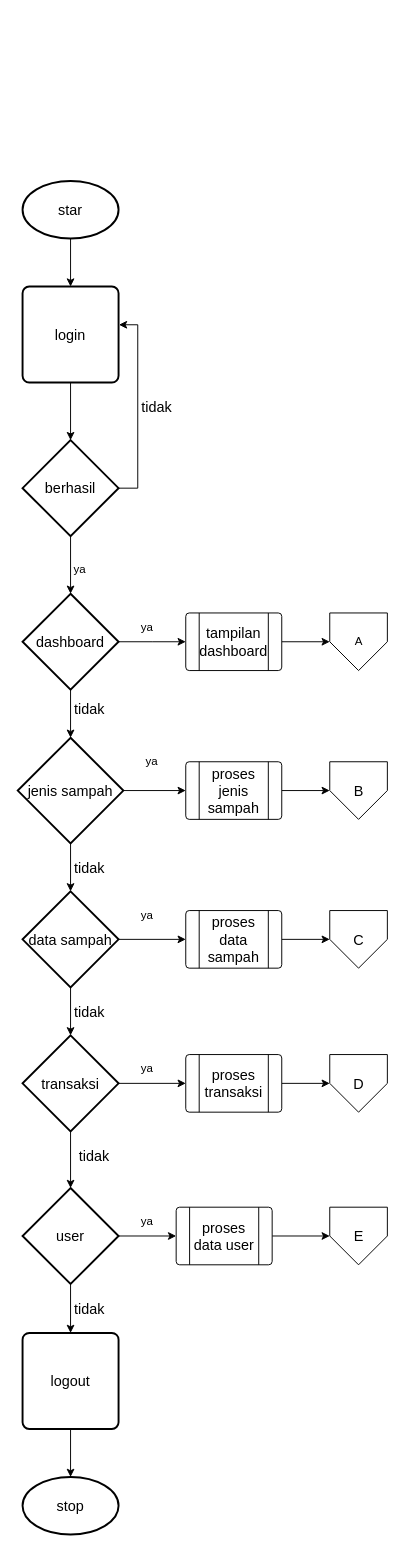
The draw.io diagram page "flowchart" (14 of 19) of Untitled Diagram.drawio in dreamergirl01/uml_bankSampah, before the edit. Source tidied: cells renumbered, new cells numbered last; positions are measured from the earlier drawing's top-left corner, leaving out a move shared by most shapes. Both pictures are drawn from the tidied source at 96%, with x=0, y=0 at pixel (17, 180).
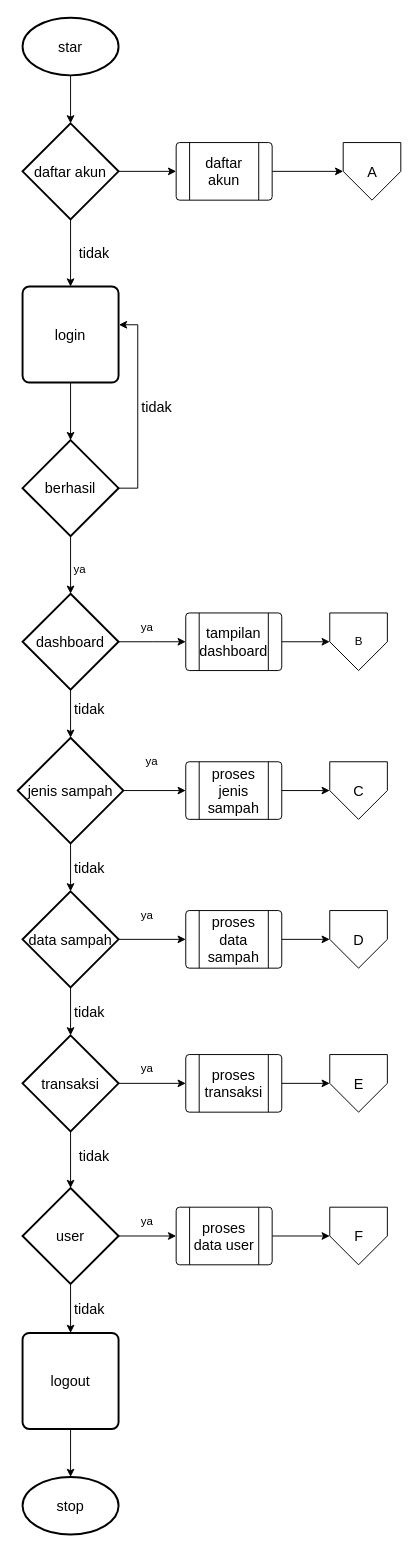
After the change.

Unchanged cells that the change refers to:
```xml
<mxCell id="4" value="login" style="rounded=1;whiteSpace=wrap;html=1;absoluteArcSize=1;arcSize=14;strokeWidth=2;fontSize=15;" parent="1" vertex="1">
  <mxGeometry x="5" y="110" width="100" height="100" as="geometry" />
</mxCell>
```

Change to the diagram source:
```diff
@@
-    <mxCell id="2" style="edgeStyle=orthogonalEdgeStyle;rounded=0;jettySize=auto;html=1;entryX=0.5;entryY=0;entryDx=0;entryDy=0;" parent="1" edge="1" source="3" target="4">
-      <mxGeometry relative="1" as="geometry" />
-    </mxCell>
     <mxCell id="3" value="star" style="strokeWidth=2;html=1;shape=mxgraph.flowchart.start_1;whiteSpace=wrap;fontSize=15;" parent="1" vertex="1">
-      <mxGeometry x="5" width="100" height="60" as="geometry" />
+      <mxGeometry x="5" y="-170" width="100" height="60" as="geometry" />
     </mxCell>
@@
-    <mxCell id="19" value="A" style="verticalLabelPosition=middle;verticalAlign=middle;html=1;shape=offPageConnector;rounded=0;size=0.5;labelPosition=center;align=center;" parent="1" vertex="1">
+    <mxCell id="19" value="B" style="verticalLabelPosition=middle;verticalAlign=middle;html=1;shape=offPageConnector;rounded=0;size=0.5;labelPosition=center;align=center;" parent="1" vertex="1">
       <mxGeometry x="325" y="450" width="60" height="60" as="geometry" />
     </mxCell>
@@
-    <mxCell id="22" value="B" style="verticalLabelPosition=middle;verticalAlign=middle;html=1;shape=offPageConnector;rounded=0;size=0.5;fontSize=15;labelPosition=center;align=center;" parent="1" vertex="1">
+    <mxCell id="22" value="C" style="verticalLabelPosition=middle;verticalAlign=middle;html=1;shape=offPageConnector;rounded=0;size=0.5;fontSize=15;labelPosition=center;align=center;" parent="1" vertex="1">
       <mxGeometry x="325" y="605" width="60" height="60" as="geometry" />
     </mxCell>
@@
-    <mxCell id="28" value="C" style="verticalLabelPosition=middle;verticalAlign=middle;html=1;shape=offPageConnector;rounded=0;size=0.5;fontSize=15;labelPosition=center;align=center;" parent="1" vertex="1">
+    <mxCell id="28" value="D" style="verticalLabelPosition=middle;verticalAlign=middle;html=1;shape=offPageConnector;rounded=0;size=0.5;fontSize=15;labelPosition=center;align=center;" parent="1" vertex="1">
       <mxGeometry x="325" y="760" width="60" height="60" as="geometry" />
     </mxCell>
@@
-    <mxCell id="34" value="D" style="verticalLabelPosition=middle;verticalAlign=middle;html=1;shape=offPageConnector;rounded=0;size=0.5;fontSize=15;labelPosition=center;align=center;" parent="1" vertex="1">
+    <mxCell id="34" value="E" style="verticalLabelPosition=middle;verticalAlign=middle;html=1;shape=offPageConnector;rounded=0;size=0.5;fontSize=15;labelPosition=center;align=center;" parent="1" vertex="1">
       <mxGeometry x="325" y="910" width="60" height="60" as="geometry" />
     </mxCell>
@@
-    <mxCell id="41" value="E" style="verticalLabelPosition=middle;verticalAlign=middle;html=1;shape=offPageConnector;rounded=0;size=0.5;fontSize=15;labelPosition=center;align=center;" parent="1" vertex="1">
+    <mxCell id="41" value="F" style="verticalLabelPosition=middle;verticalAlign=middle;html=1;shape=offPageConnector;rounded=0;size=0.5;fontSize=15;labelPosition=center;align=center;" parent="1" vertex="1">
       <mxGeometry x="325" y="1069" width="60" height="60" as="geometry" />
     </mxCell>
@@
+    <mxCell id="54" style="edgeStyle=orthogonalEdgeStyle;rounded=0;jettySize=auto;html=1;" parent="1" edge="1" source="56" target="4">
+      <mxGeometry relative="1" as="geometry" />
+    </mxCell>
+    <mxCell id="55" style="edgeStyle=orthogonalEdgeStyle;rounded=0;jettySize=auto;html=1;exitX=1;exitY=0.5;exitDx=0;exitDy=0;exitPerimeter=0;entryX=0;entryY=0.5;entryDx=0;entryDy=0;" parent="1" edge="1" source="56" target="60">
+      <mxGeometry relative="1" as="geometry" />
+    </mxCell>
+    <mxCell id="56" value="daftar akun" style="strokeWidth=2;html=1;shape=mxgraph.flowchart.decision;whiteSpace=wrap;fontSize=15;" parent="1" vertex="1">
+      <mxGeometry x="5" y="-60" width="100" height="100" as="geometry" />
+    </mxCell>
+    <mxCell id="57" style="edgeStyle=orthogonalEdgeStyle;rounded=0;jettySize=auto;html=1;entryX=0.5;entryY=0;entryDx=0;entryDy=0;entryPerimeter=0;" parent="1" edge="1" source="3" target="56">
+      <mxGeometry relative="1" as="geometry" />
+    </mxCell>
+    <mxCell id="58" value="tidak" style="text;html=1;align=center;verticalAlign=middle;whiteSpace=wrap;rounded=0;fontSize=15;" parent="1" vertex="1">
+      <mxGeometry x="50" y="60" width="60" height="30" as="geometry" />
+    </mxCell>
+    <mxCell id="59" style="edgeStyle=orthogonalEdgeStyle;rounded=0;jettySize=auto;html=1;entryX=0;entryY=0.5;entryDx=0;entryDy=0;" parent="1" edge="1" source="60" target="61">
+      <mxGeometry relative="1" as="geometry" />
+    </mxCell>
+    <mxCell id="60" value="daftar akun" style="verticalLabelPosition=middle;verticalAlign=middle;html=1;shape=process;whiteSpace=wrap;rounded=1;size=0.14;arcSize=6;fontSize=15;labelPosition=center;align=center;" parent="1" vertex="1">
+      <mxGeometry x="165" y="-40" width="100" height="60" as="geometry" />
+    </mxCell>
+    <mxCell id="61" value="A" style="verticalLabelPosition=middle;verticalAlign=middle;html=1;shape=offPageConnector;rounded=0;size=0.5;fontSize=15;labelPosition=center;align=center;" parent="1" vertex="1">
+      <mxGeometry x="339" y="-40" width="60" height="60" as="geometry" />
+    </mxCell>
```
